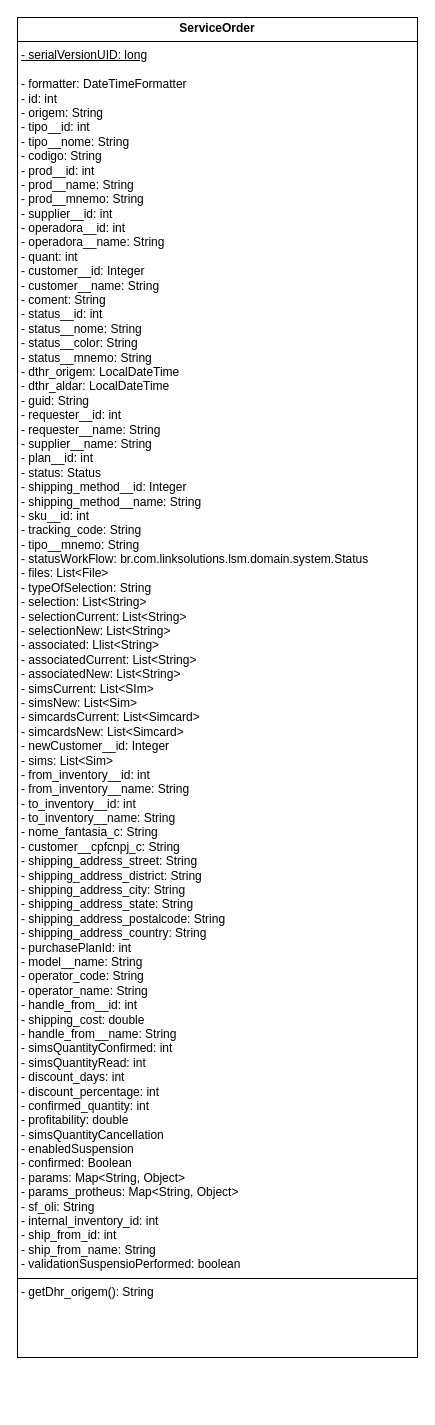
Before: ServiceOrder.drawio in GiovanniMendesC/diagrama-classes-LSM, a draw.io diagram. Source tidied: cells renumbered, new cells numbered last; positions are measured from the earlier drawing's top-left corner, leaving out a move shared by most shapes. Both pictures are drawn from the tidied source at 100%, with x=0, y=0 at pixel (17, 17).
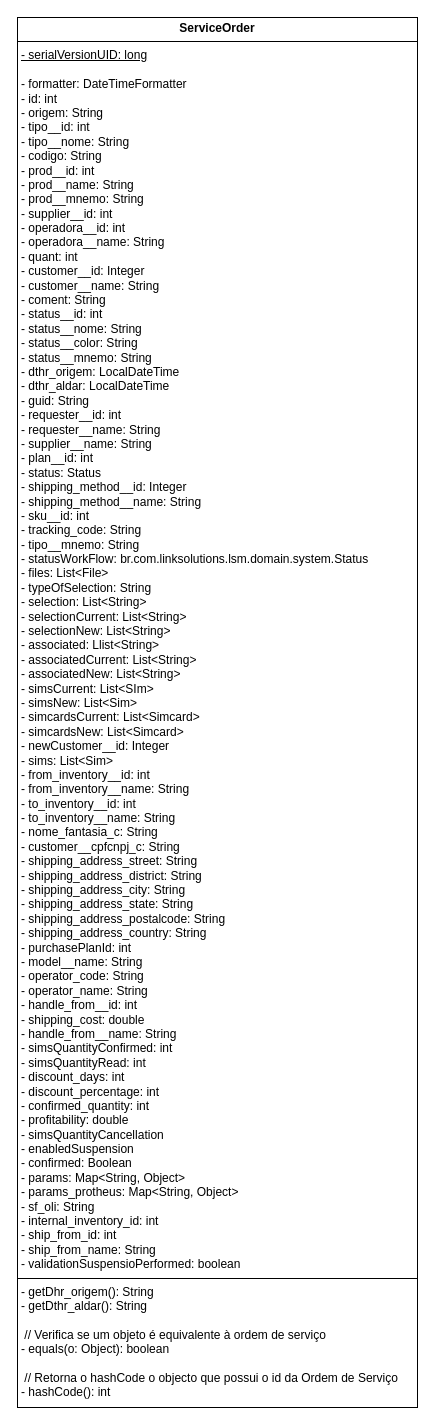
The same page after the edit.

Change to the diagram source:
```diff
@@
 <mxGraphModel>
   <root>
     <mxCell id="0" />
     <mxCell id="1" parent="0" />
-    <mxCell id="2" value="&lt;p style=&quot;margin:0px;margin-top:4px;text-align:center;&quot;&gt;&lt;b&gt;ServiceOrder&lt;/b&gt;&lt;/p&gt;&lt;hr size=&quot;1&quot; style=&quot;border-style:solid;&quot;&gt;&lt;p style=&quot;margin:0px;margin-left:4px;&quot;&gt;&lt;u&gt;- serialVersionUID: long&lt;/u&gt;&lt;/p&gt;&lt;p style=&quot;margin:0px;margin-left:4px;&quot;&gt;&lt;u&gt;&lt;br&gt;&lt;/u&gt;&lt;/p&gt;&lt;p style=&quot;margin:0px;margin-left:4px;&quot;&gt;- formatter: DateTimeFormatter&lt;/p&gt;&lt;p style=&quot;margin:0px;margin-left:4px;&quot;&gt;- id: int&lt;/p&gt;&lt;p style=&quot;margin:0px;margin-left:4px;&quot;&gt;- origem: String&lt;/p&gt;&lt;p style=&quot;margin:0px;margin-left:4px;&quot;&gt;- tipo__id: int&lt;/p&gt;&lt;p style=&quot;margin:0px;margin-left:4px;&quot;&gt;- tipo__nome: String&lt;/p&gt;&lt;p style=&quot;margin:0px;margin-left:4px;&quot;&gt;- codigo: String&lt;/p&gt;&lt;p style=&quot;margin:0px;margin-left:4px;&quot;&gt;- prod__id: int&lt;/p&gt;&lt;p style=&quot;margin:0px;margin-left:4px;&quot;&gt;- prod__name: String&lt;/p&gt;&lt;p style=&quot;margin:0px;margin-left:4px;&quot;&gt;- prod__mnemo: String&lt;/p&gt;&lt;p style=&quot;margin:0px;margin-left:4px;&quot;&gt;- supplier__id: int&lt;/p&gt;&lt;p style=&quot;margin:0px;margin-left:4px;&quot;&gt;- operadora__id: int&lt;/p&gt;&lt;p style=&quot;margin:0px;margin-left:4px;&quot;&gt;- operadora__name: String&lt;/p&gt;&lt;p style=&quot;margin:0px;margin-left:4px;&quot;&gt;- quant: int&lt;/p&gt;&lt;p style=&quot;margin:0px;margin-left:4px;&quot;&gt;- customer__id: Integer&lt;/p&gt;&lt;p style=&quot;margin:0px;margin-left:4px;&quot;&gt;- customer__name: String&lt;/p&gt;&lt;p style=&quot;margin:0px;margin-left:4px;&quot;&gt;- coment: String&lt;/p&gt;&lt;p style=&quot;margin:0px;margin-left:4px;&quot;&gt;- status__id: int&lt;/p&gt;&lt;p style=&quot;margin:0px;margin-left:4px;&quot;&gt;- status__nome: String&lt;/p&gt;&lt;p style=&quot;margin:0px;margin-left:4px;&quot;&gt;- status__color: String&lt;/p&gt;&lt;p style=&quot;margin:0px;margin-left:4px;&quot;&gt;- status__mnemo: String&lt;/p&gt;&lt;p style=&quot;margin:0px;margin-left:4px;&quot;&gt;- dthr_origem: LocalDateTime&lt;/p&gt;&lt;p style=&quot;margin:0px;margin-left:4px;&quot;&gt;- dthr_aldar: LocalDateTime&lt;/p&gt;&lt;p style=&quot;margin:0px;margin-left:4px;&quot;&gt;- guid: String&lt;/p&gt;&lt;p style=&quot;margin:0px;margin-left:4px;&quot;&gt;- requester__id: int&lt;/p&gt;&lt;p style=&quot;margin:0px;margin-left:4px;&quot;&gt;- requester__name: String&lt;/p&gt;&lt;p style=&quot;margin:0px;margin-left:4px;&quot;&gt;- supplier__name: String&lt;/p&gt;&lt;p style=&quot;margin:0px;margin-left:4px;&quot;&gt;- plan__id: int&lt;/p&gt;&lt;p style=&quot;margin:0px;margin-left:4px;&quot;&gt;- status: Status&lt;/p&gt;&lt;p style=&quot;margin:0px;margin-left:4px;&quot;&gt;- shipping_method__id: Integer&lt;/p&gt;&lt;p style=&quot;margin:0px;margin-left:4px;&quot;&gt;- shipping_method__name: String&lt;/p&gt;&lt;p style=&quot;margin:0px;margin-left:4px;&quot;&gt;- sku__id: int&lt;/p&gt;&lt;p style=&quot;margin:0px;margin-left:4px;&quot;&gt;- tracking_code: String&lt;/p&gt;&lt;p style=&quot;margin:0px;margin-left:4px;&quot;&gt;- tipo__mnemo: String&lt;/p&gt;&lt;p style=&quot;margin:0px;margin-left:4px;&quot;&gt;- statusWorkFlow: br.com.linksolutions.lsm.domain.system.Status&lt;/p&gt;&lt;p style=&quot;margin:0px;margin-left:4px;&quot;&gt;- files: List&amp;lt;File&amp;gt;&lt;/p&gt;&lt;p style=&quot;margin:0px;margin-left:4px;&quot;&gt;- typeOfSelection: String&lt;/p&gt;&lt;p style=&quot;margin:0px;margin-left:4px;&quot;&gt;- selection: List&amp;lt;String&amp;gt;&lt;/p&gt;&lt;p style=&quot;margin:0px;margin-left:4px;&quot;&gt;- selectionCurrent: List&amp;lt;String&amp;gt;&lt;/p&gt;&lt;p style=&quot;margin:0px;margin-left:4px;&quot;&gt;- selectionNew: List&amp;lt;String&amp;gt;&lt;/p&gt;&lt;p style=&quot;margin:0px;margin-left:4px;&quot;&gt;- associated: Llist&amp;lt;String&amp;gt;&lt;/p&gt;&lt;p style=&quot;margin:0px;margin-left:4px;&quot;&gt;- associatedCurrent: List&amp;lt;String&amp;gt;&lt;/p&gt;&lt;p style=&quot;margin:0px;margin-left:4px;&quot;&gt;- associatedNew: List&amp;lt;String&amp;gt;&lt;/p&gt;&lt;p style=&quot;margin:0px;margin-left:4px;&quot;&gt;- simsCurrent: List&amp;lt;SIm&amp;gt;&lt;/p&gt;&lt;p style=&quot;margin:0px;margin-left:4px;&quot;&gt;- simsNew: List&amp;lt;Sim&amp;gt;&lt;/p&gt;&lt;p style=&quot;margin:0px;margin-left:4px;&quot;&gt;- simcardsCurrent: List&amp;lt;Simcard&amp;gt;&lt;/p&gt;&lt;p style=&quot;margin:0px;margin-left:4px;&quot;&gt;- simcardsNew: List&amp;lt;Simcard&amp;gt;&lt;/p&gt;&lt;p style=&quot;margin:0px;margin-left:4px;&quot;&gt;- newCustomer__id: Integer&lt;/p&gt;&lt;p style=&quot;margin:0px;margin-left:4px;&quot;&gt;- sims: List&amp;lt;Sim&amp;gt;&lt;/p&gt;&lt;p style=&quot;margin:0px;margin-left:4px;&quot;&gt;- from_inventory__id: int&lt;/p&gt;&lt;p style=&quot;margin:0px;margin-left:4px;&quot;&gt;- from_inventory__name: String&lt;/p&gt;&lt;p style=&quot;margin:0px;margin-left:4px;&quot;&gt;- to_inventory__id: int&lt;/p&gt;&lt;p style=&quot;margin:0px;margin-left:4px;&quot;&gt;- to_inventory__name: String&lt;/p&gt;&lt;p style=&quot;margin:0px;margin-left:4px;&quot;&gt;- nome_fantasia_c: String&lt;/p&gt;&lt;p style=&quot;margin:0px;margin-left:4px;&quot;&gt;- customer__cpfcnpj_c: String&lt;/p&gt;&lt;p style=&quot;margin:0px;margin-left:4px;&quot;&gt;- shipping_address_street: String&lt;/p&gt;&lt;p style=&quot;margin:0px;margin-left:4px;&quot;&gt;- shipping_address_district: String&lt;/p&gt;&lt;p style=&quot;margin:0px;margin-left:4px;&quot;&gt;- shipping_address_city: String&lt;/p&gt;&lt;p style=&quot;margin:0px;margin-left:4px;&quot;&gt;- shipping_address_state: String&lt;/p&gt;&lt;p style=&quot;margin:0px;margin-left:4px;&quot;&gt;- shipping_address_postalcode: String&lt;/p&gt;&lt;p style=&quot;margin:0px;margin-left:4px;&quot;&gt;- shipping_address_country: String&lt;/p&gt;&lt;p style=&quot;margin:0px;margin-left:4px;&quot;&gt;- purchasePlanId: int&lt;/p&gt;&lt;p style=&quot;margin:0px;margin-left:4px;&quot;&gt;- model__name: String&lt;/p&gt;&lt;p style=&quot;margin:0px;margin-left:4px;&quot;&gt;- operator_code: String&lt;/p&gt;&lt;p style=&quot;margin:0px;margin-left:4px;&quot;&gt;- operator_name: String&lt;/p&gt;&lt;p style=&quot;margin:0px;margin-left:4px;&quot;&gt;- handle_from__id: int&lt;/p&gt;&lt;p style=&quot;margin:0px;margin-left:4px;&quot;&gt;- shipping_cost: double&lt;/p&gt;&lt;p style=&quot;margin:0px;margin-left:4px;&quot;&gt;- handle_from__name: String&lt;/p&gt;&lt;p style=&quot;margin:0px;margin-left:4px;&quot;&gt;- simsQuantityConfirmed: int&lt;/p&gt;&lt;p style=&quot;margin:0px;margin-left:4px;&quot;&gt;- simsQuantityRead: int&lt;/p&gt;&lt;p style=&quot;margin:0px;margin-left:4px;&quot;&gt;- discount_days: int&lt;/p&gt;&lt;p style=&quot;margin:0px;margin-left:4px;&quot;&gt;- discount_percentage: int&lt;/p&gt;&lt;p style=&quot;margin:0px;margin-left:4px;&quot;&gt;- confirmed_quantity: int&lt;/p&gt;&lt;p style=&quot;margin:0px;margin-left:4px;&quot;&gt;- profitability: double&lt;/p&gt;&lt;p style=&quot;margin:0px;margin-left:4px;&quot;&gt;- simsQuantityCancellation&lt;/p&gt;&lt;p style=&quot;margin:0px;margin-left:4px;&quot;&gt;- enabledSuspension&lt;/p&gt;&lt;p style=&quot;margin:0px;margin-left:4px;&quot;&gt;- confirmed: Boolean&lt;/p&gt;&lt;p style=&quot;margin:0px;margin-left:4px;&quot;&gt;- params: Map&amp;lt;String, Object&amp;gt;&lt;/p&gt;&lt;p style=&quot;margin:0px;margin-left:4px;&quot;&gt;- params_protheus: Map&amp;lt;String, Object&amp;gt;&lt;/p&gt;&lt;p style=&quot;margin:0px;margin-left:4px;&quot;&gt;- sf_oli: String&lt;/p&gt;&lt;p style=&quot;margin:0px;margin-left:4px;&quot;&gt;- internal_inventory_id: int&lt;/p&gt;&lt;p style=&quot;margin:0px;margin-left:4px;&quot;&gt;- ship_from_id: int&lt;/p&gt;&lt;p style=&quot;margin:0px;margin-left:4px;&quot;&gt;- ship_from_name: String&lt;/p&gt;&lt;p style=&quot;margin:0px;margin-left:4px;&quot;&gt;- validationSuspensioPerformed: boolean&lt;/p&gt;&lt;hr size=&quot;1&quot; style=&quot;border-style:solid;&quot;&gt;&lt;p style=&quot;margin:0px;margin-left:4px;&quot;&gt;- getDhr_origem(): String&lt;/p&gt;" style="verticalAlign=top;align=left;overflow=fill;html=1;whiteSpace=wrap;" parent="1" vertex="1">
-      <mxGeometry width="400" height="1340" as="geometry" />
+    <mxCell id="2" value="&lt;p style=&quot;margin:0px;margin-top:4px;text-align:center;&quot;&gt;&lt;b&gt;ServiceOrder&lt;/b&gt;&lt;/p&gt;&lt;hr size=&quot;1&quot; style=&quot;border-style:solid;&quot;&gt;&lt;p style=&quot;margin:0px;margin-left:4px;&quot;&gt;&lt;u&gt;- serialVersionUID: long&lt;/u&gt;&lt;/p&gt;&lt;p style=&quot;margin:0px;margin-left:4px;&quot;&gt;&lt;u&gt;&lt;br&gt;&lt;/u&gt;&lt;/p&gt;&lt;p style=&quot;margin:0px;margin-left:4px;&quot;&gt;- formatter: DateTimeFormatter&lt;/p&gt;&lt;p style=&quot;margin:0px;margin-left:4px;&quot;&gt;- id: int&lt;/p&gt;&lt;p style=&quot;margin:0px;margin-left:4px;&quot;&gt;- origem: String&lt;/p&gt;&lt;p style=&quot;margin:0px;margin-left:4px;&quot;&gt;- tipo__id: int&lt;/p&gt;&lt;p style=&quot;margin:0px;margin-left:4px;&quot;&gt;- tipo__nome: String&lt;/p&gt;&lt;p style=&quot;margin:0px;margin-left:4px;&quot;&gt;- codigo: String&lt;/p&gt;&lt;p style=&quot;margin:0px;margin-left:4px;&quot;&gt;- prod__id: int&lt;/p&gt;&lt;p style=&quot;margin:0px;margin-left:4px;&quot;&gt;- prod__name: String&lt;/p&gt;&lt;p style=&quot;margin:0px;margin-left:4px;&quot;&gt;- prod__mnemo: String&lt;/p&gt;&lt;p style=&quot;margin:0px;margin-left:4px;&quot;&gt;- supplier__id: int&lt;/p&gt;&lt;p style=&quot;margin:0px;margin-left:4px;&quot;&gt;- operadora__id: int&lt;/p&gt;&lt;p style=&quot;margin:0px;margin-left:4px;&quot;&gt;- operadora__name: String&lt;/p&gt;&lt;p style=&quot;margin:0px;margin-left:4px;&quot;&gt;- quant: int&lt;/p&gt;&lt;p style=&quot;margin:0px;margin-left:4px;&quot;&gt;- customer__id: Integer&lt;/p&gt;&lt;p style=&quot;margin:0px;margin-left:4px;&quot;&gt;- customer__name: String&lt;/p&gt;&lt;p style=&quot;margin:0px;margin-left:4px;&quot;&gt;- coment: String&lt;/p&gt;&lt;p style=&quot;margin:0px;margin-left:4px;&quot;&gt;- status__id: int&lt;/p&gt;&lt;p style=&quot;margin:0px;margin-left:4px;&quot;&gt;- status__nome: String&lt;/p&gt;&lt;p style=&quot;margin:0px;margin-left:4px;&quot;&gt;- status__color: String&lt;/p&gt;&lt;p style=&quot;margin:0px;margin-left:4px;&quot;&gt;- status__mnemo: String&lt;/p&gt;&lt;p style=&quot;margin:0px;margin-left:4px;&quot;&gt;- dthr_origem: LocalDateTime&lt;/p&gt;&lt;p style=&quot;margin:0px;margin-left:4px;&quot;&gt;- dthr_aldar: LocalDateTime&lt;/p&gt;&lt;p style=&quot;margin:0px;margin-left:4px;&quot;&gt;- guid: String&lt;/p&gt;&lt;p style=&quot;margin:0px;margin-left:4px;&quot;&gt;- requester__id: int&lt;/p&gt;&lt;p style=&quot;margin:0px;margin-left:4px;&quot;&gt;- requester__name: String&lt;/p&gt;&lt;p style=&quot;margin:0px;margin-left:4px;&quot;&gt;- supplier__name: String&lt;/p&gt;&lt;p style=&quot;margin:0px;margin-left:4px;&quot;&gt;- plan__id: int&lt;/p&gt;&lt;p style=&quot;margin:0px;margin-left:4px;&quot;&gt;- status: Status&lt;/p&gt;&lt;p style=&quot;margin:0px;margin-left:4px;&quot;&gt;- shipping_method__id: Integer&lt;/p&gt;&lt;p style=&quot;margin:0px;margin-left:4px;&quot;&gt;- shipping_method__name: String&lt;/p&gt;&lt;p style=&quot;margin:0px;margin-left:4px;&quot;&gt;- sku__id: int&lt;/p&gt;&lt;p style=&quot;margin:0px;margin-left:4px;&quot;&gt;- tracking_code: String&lt;/p&gt;&lt;p style=&quot;margin:0px;margin-left:4px;&quot;&gt;- tipo__mnemo: String&lt;/p&gt;&lt;p style=&quot;margin:0px;margin-left:4px;&quot;&gt;- statusWorkFlow: br.com.linksolutions.lsm.domain.system.Status&lt;/p&gt;&lt;p style=&quot;margin:0px;margin-left:4px;&quot;&gt;- files: List&amp;lt;File&amp;gt;&lt;/p&gt;&lt;p style=&quot;margin:0px;margin-left:4px;&quot;&gt;- typeOfSelection: String&lt;/p&gt;&lt;p style=&quot;margin:0px;margin-left:4px;&quot;&gt;- selection: List&amp;lt;String&amp;gt;&lt;/p&gt;&lt;p style=&quot;margin:0px;margin-left:4px;&quot;&gt;- selectionCurrent: List&amp;lt;String&amp;gt;&lt;/p&gt;&lt;p style=&quot;margin:0px;margin-left:4px;&quot;&gt;- selectionNew: List&amp;lt;String&amp;gt;&lt;/p&gt;&lt;p style=&quot;margin:0px;margin-left:4px;&quot;&gt;- associated: Llist&amp;lt;String&amp;gt;&lt;/p&gt;&lt;p style=&quot;margin:0px;margin-left:4px;&quot;&gt;- associatedCurrent: List&amp;lt;String&amp;gt;&lt;/p&gt;&lt;p style=&quot;margin:0px;margin-left:4px;&quot;&gt;- associatedNew: List&amp;lt;String&amp;gt;&lt;/p&gt;&lt;p style=&quot;margin:0px;margin-left:4px;&quot;&gt;- simsCurrent: List&amp;lt;SIm&amp;gt;&lt;/p&gt;&lt;p style=&quot;margin:0px;margin-left:4px;&quot;&gt;- simsNew: List&amp;lt;Sim&amp;gt;&lt;/p&gt;&lt;p style=&quot;margin:0px;margin-left:4px;&quot;&gt;- simcardsCurrent: List&amp;lt;Simcard&amp;gt;&lt;/p&gt;&lt;p style=&quot;margin:0px;margin-left:4px;&quot;&gt;- simcardsNew: List&amp;lt;Simcard&amp;gt;&lt;/p&gt;&lt;p style=&quot;margin:0px;margin-left:4px;&quot;&gt;- newCustomer__id: Integer&lt;/p&gt;&lt;p style=&quot;margin:0px;margin-left:4px;&quot;&gt;- sims: List&amp;lt;Sim&amp;gt;&lt;/p&gt;&lt;p style=&quot;margin:0px;margin-left:4px;&quot;&gt;- from_inventory__id: int&lt;/p&gt;&lt;p style=&quot;margin:0px;margin-left:4px;&quot;&gt;- from_inventory__name: String&lt;/p&gt;&lt;p style=&quot;margin:0px;margin-left:4px;&quot;&gt;- to_inventory__id: int&lt;/p&gt;&lt;p style=&quot;margin:0px;margin-left:4px;&quot;&gt;- to_inventory__name: String&lt;/p&gt;&lt;p style=&quot;margin:0px;margin-left:4px;&quot;&gt;- nome_fantasia_c: String&lt;/p&gt;&lt;p style=&quot;margin:0px;margin-left:4px;&quot;&gt;- customer__cpfcnpj_c: String&lt;/p&gt;&lt;p style=&quot;margin:0px;margin-left:4px;&quot;&gt;- shipping_address_street: String&lt;/p&gt;&lt;p style=&quot;margin:0px;margin-left:4px;&quot;&gt;- shipping_address_district: String&lt;/p&gt;&lt;p style=&quot;margin:0px;margin-left:4px;&quot;&gt;- shipping_address_city: String&lt;/p&gt;&lt;p style=&quot;margin:0px;margin-left:4px;&quot;&gt;- shipping_address_state: String&lt;/p&gt;&lt;p style=&quot;margin:0px;margin-left:4px;&quot;&gt;- shipping_address_postalcode: String&lt;/p&gt;&lt;p style=&quot;margin:0px;margin-left:4px;&quot;&gt;- shipping_address_country: String&lt;/p&gt;&lt;p style=&quot;margin:0px;margin-left:4px;&quot;&gt;- purchasePlanId: int&lt;/p&gt;&lt;p style=&quot;margin:0px;margin-left:4px;&quot;&gt;- model__name: String&lt;/p&gt;&lt;p style=&quot;margin:0px;margin-left:4px;&quot;&gt;- operator_code: String&lt;/p&gt;&lt;p style=&quot;margin:0px;margin-left:4px;&quot;&gt;- operator_name: String&lt;/p&gt;&lt;p style=&quot;margin:0px;margin-left:4px;&quot;&gt;- handle_from__id: int&lt;/p&gt;&lt;p style=&quot;margin:0px;margin-left:4px;&quot;&gt;- shipping_cost: double&lt;/p&gt;&lt;p style=&quot;margin:0px;margin-left:4px;&quot;&gt;- handle_from__name: String&lt;/p&gt;&lt;p style=&quot;margin:0px;margin-left:4px;&quot;&gt;- simsQuantityConfirmed: int&lt;/p&gt;&lt;p style=&quot;margin:0px;margin-left:4px;&quot;&gt;- simsQuantityRead: int&lt;/p&gt;&lt;p style=&quot;margin:0px;margin-left:4px;&quot;&gt;- discount_days: int&lt;/p&gt;&lt;p style=&quot;margin:0px;margin-left:4px;&quot;&gt;- discount_percentage: int&lt;/p&gt;&lt;p style=&quot;margin:0px;margin-left:4px;&quot;&gt;- confirmed_quantity: int&lt;/p&gt;&lt;p style=&quot;margin:0px;margin-left:4px;&quot;&gt;- profitability: double&lt;/p&gt;&lt;p style=&quot;margin:0px;margin-left:4px;&quot;&gt;- simsQuantityCancellation&lt;/p&gt;&lt;p style=&quot;margin:0px;margin-left:4px;&quot;&gt;- enabledSuspension&lt;/p&gt;&lt;p style=&quot;margin:0px;margin-left:4px;&quot;&gt;- confirmed: Boolean&lt;/p&gt;&lt;p style=&quot;margin:0px;margin-left:4px;&quot;&gt;- params: Map&amp;lt;String, Object&amp;gt;&lt;/p&gt;&lt;p style=&quot;margin:0px;margin-left:4px;&quot;&gt;- params_protheus: Map&amp;lt;String, Object&amp;gt;&lt;/p&gt;&lt;p style=&quot;margin:0px;margin-left:4px;&quot;&gt;- sf_oli: String&lt;/p&gt;&lt;p style=&quot;margin:0px;margin-left:4px;&quot;&gt;- internal_inventory_id: int&lt;/p&gt;&lt;p style=&quot;margin:0px;margin-left:4px;&quot;&gt;- ship_from_id: int&lt;/p&gt;&lt;p style=&quot;margin:0px;margin-left:4px;&quot;&gt;- ship_from_name: String&lt;/p&gt;&lt;p style=&quot;margin:0px;margin-left:4px;&quot;&gt;- validationSuspensioPerformed: boolean&lt;/p&gt;&lt;hr size=&quot;1&quot; style=&quot;border-style:solid;&quot;&gt;&lt;p style=&quot;margin:0px;margin-left:4px;&quot;&gt;- getDhr_origem(): String&lt;/p&gt;&lt;p style=&quot;margin:0px;margin-left:4px;&quot;&gt;- getDthr_aldar(): String&lt;/p&gt;&lt;p style=&quot;margin:0px;margin-left:4px;&quot;&gt;&lt;br&gt;&lt;/p&gt;&lt;p style=&quot;margin:0px;margin-left:4px;&quot;&gt;&amp;nbsp;// Verifica se um objeto é equivalente à ordem de serviço&lt;/p&gt;&lt;p style=&quot;margin:0px;margin-left:4px;&quot;&gt;- equals(o: Object): boolean&lt;/p&gt;&lt;p style=&quot;margin:0px;margin-left:4px;&quot;&gt;&lt;br&gt;&lt;/p&gt;&lt;p style=&quot;margin:0px;margin-left:4px;&quot;&gt;&amp;nbsp;// Retorna o hashCode o objecto que possui o id da Ordem de Serviço&lt;/p&gt;&lt;p style=&quot;margin:0px;margin-left:4px;&quot;&gt;- hashCode(): int&lt;/p&gt;" style="verticalAlign=top;align=left;overflow=fill;html=1;whiteSpace=wrap;" parent="1" vertex="1">
+      <mxGeometry width="400" height="1390" as="geometry" />
     </mxCell>
   </root>
 </mxGraphModel>
```
